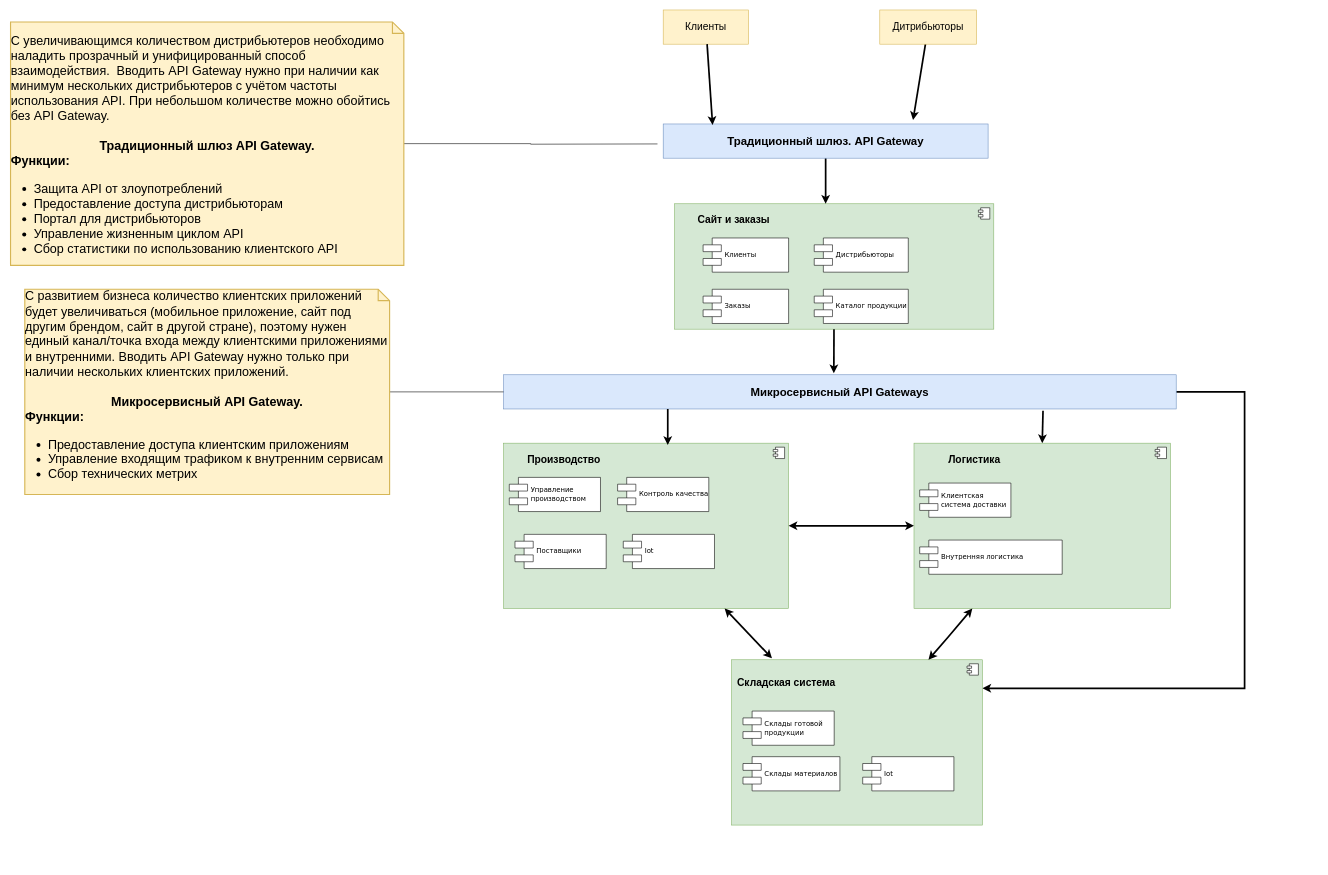
Above: API Gateways.drawio in getitsoIved/examplesOfArtifacts (draw.io), before the change. Source tidied: cells renumbered, new cells numbered last; positions are measured from the earlier drawing's top-left corner, leaving out a move shared by most shapes. Both pictures are drawn from the tidied source at 57%, with x=0, y=0 at pixel (10, 10).
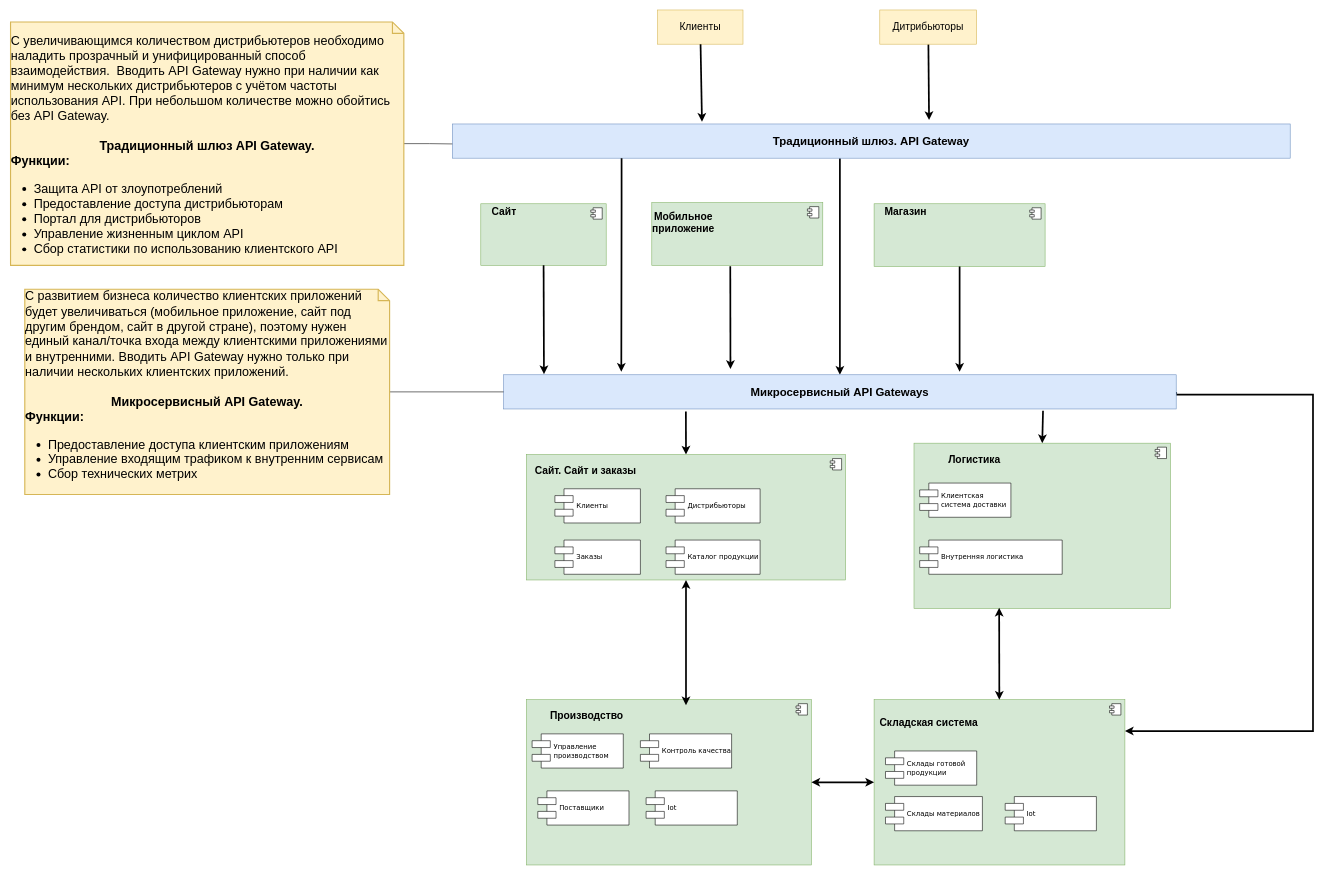
Above is the later version.

The change refers to these unchanged cells:
```xml
<mxCell id="12" value="&lt;font style=&quot;font-size: 18px;&quot;&gt;Дитрибьюторы&lt;/font&gt;" style="rounded=0;whiteSpace=wrap;html=1;fillColor=#fff2cc;strokeColor=#d6b656;" parent="1" vertex="1">
  <mxGeometry x="1525" width="170" height="60" as="geometry" />
</mxCell>
<mxCell id="17" value="&lt;font style=&quot;font-size: 20px;&quot;&gt;&lt;b&gt;Микросервисный API Gateways&lt;/b&gt;&lt;/font&gt;" style="rounded=0;whiteSpace=wrap;html=1;fillColor=#dae8fc;strokeColor=#6c8ebf;" parent="1" vertex="1">
  <mxGeometry x="865" y="640" width="1180" height="60" as="geometry" />
</mxCell>
<mxCell id="19" style="html=1;whiteSpace=wrap;fillColor=#d5e8d4;strokeColor=#82b366;align=left;" parent="18" vertex="1">
  <mxGeometry width="500" height="290" as="geometry" />
</mxCell>
<mxCell id="27" value="&lt;div style=&quot;font-size: 14px;&quot;&gt;&lt;div style=&quot;border-color: var(--border-color);&quot;&gt;&lt;div style=&quot;border-color: var(--border-color);&quot;&gt;&lt;br&gt;&lt;/div&gt;&lt;/div&gt;&lt;/div&gt;" style="html=1;whiteSpace=wrap;fillColor=#d5e8d4;strokeColor=#82b366;align=left;" parent="26" vertex="1">
  <mxGeometry width="440" height="290" as="geometry" />
</mxCell>
<mxCell id="34" value="&lt;div style=&quot;font-size: 14px;&quot;&gt;&lt;div style=&quot;border-color: var(--border-color);&quot;&gt;&lt;div style=&quot;border-color: var(--border-color);&quot;&gt;&lt;div style=&quot;border-color: var(--border-color);&quot;&gt;&lt;br&gt;&lt;/div&gt;&lt;/div&gt;&lt;/div&gt;&lt;/div&gt;" style="html=1;whiteSpace=wrap;fillColor=#d5e8d4;strokeColor=#82b366;align=left;" parent="33" vertex="1">
  <mxGeometry width="450" height="290" as="geometry" />
</mxCell>
<mxCell id="40" value="&lt;div style=&quot;text-align: left;&quot;&gt;&lt;span style=&quot;font-size: 22px;&quot;&gt;&lt;br&gt;&lt;/span&gt;&lt;/div&gt;&lt;font color=&quot;#000000&quot; style=&quot;font-size: 22px;&quot;&gt;&lt;div style=&quot;text-align: left;&quot;&gt;&lt;span style=&quot;background-color: initial;&quot;&gt;С увеличивающимся количеством дистрибьютеров необходимо наладить прозрачный и унифицированный способ взаимодействия.&amp;nbsp; Вводить API Gateway нужно при наличии как минимум нескольких дистрибьютеров c учётом частоты использования API. При небольшом количестве можно обойтись без API Gateway.&amp;nbsp;&lt;/span&gt;&lt;/div&gt;&lt;b&gt;&lt;br&gt;Традиционный шлюз API Gateway.&lt;/b&gt;&lt;br&gt;&lt;div style=&quot;font-weight: bold; text-align: left;&quot;&gt;&lt;b style=&quot;background-color: initial;&quot;&gt;Функции:&amp;nbsp;&lt;/b&gt;&lt;/div&gt;&lt;div style=&quot;text-align: left;&quot;&gt;&lt;ul style=&quot;&quot;&gt;&lt;li style=&quot;border-color: var(--border-color);&quot;&gt;Защита API от злоупотреблений&amp;nbsp;&lt;/li&gt;&lt;li style=&quot;&quot;&gt;&lt;span style=&quot;background-color: initial;&quot;&gt;Предоставление доступа дистрибьюторам&lt;/span&gt;&lt;/li&gt;&lt;li style=&quot;&quot;&gt;Портал для дистрибьюторов&lt;/li&gt;&lt;li style=&quot;&quot;&gt;Управление жизненным циклом API&lt;/li&gt;&lt;li style=&quot;&quot;&gt;&lt;span style=&quot;background-color: initial;&quot;&gt;Сбор статистики по использованию клиентского API&lt;/span&gt;&lt;/li&gt;&lt;/ul&gt;&lt;/div&gt;&lt;/font&gt;" style="shape=note;strokeWidth=2;fontSize=14;size=20;whiteSpace=wrap;html=1;fillColor=#FFF2CC;strokeColor=#d6b656;" parent="1" vertex="1">
  <mxGeometry y="21" width="690" height="427" as="geometry" />
</mxCell>
```

The edit, as a diff of the source:
```diff
@@
     <mxCell id="2" style="group;" parent="1" vertex="1">
-      <mxGeometry x="1165" y="340" width="560" height="220" as="geometry" />
+      <mxGeometry x="825" y="340" width="220" height="108" as="geometry" />
     </mxCell>
     <mxCell id="3" value="&lt;div style=&quot;font-size: 14px;&quot;&gt;&lt;div style=&quot;border-color: var(--border-color);&quot;&gt;&lt;br&gt;&lt;/div&gt;&lt;/div&gt;" style="html=1;whiteSpace=wrap;fillColor=#d5e8d4;strokeColor=#82b366;align=left;" parent="2" vertex="1">
-      <mxGeometry width="560" height="220" as="geometry" />
+      <mxGeometry width="220" height="108" as="geometry" />
     </mxCell>
@@
-    <mxCell id="5" value="&lt;font style=&quot;font-size: 18px;&quot;&gt;&lt;b&gt;Сайт и заказы&lt;/b&gt;&lt;/font&gt;" style="text;html=1;strokeColor=none;fillColor=none;align=center;verticalAlign=middle;whiteSpace=wrap;rounded=0;" parent="2" vertex="1">
-      <mxGeometry x="7.9" y="9.6" width="192.1" height="38.3" as="geometry" />
+    <mxCell id="5" value="&lt;font style=&quot;font-size: 18px;&quot;&gt;&lt;b&gt;Сайт&lt;/b&gt;&lt;/font&gt;" style="text;html=1;strokeColor=none;fillColor=none;align=center;verticalAlign=middle;whiteSpace=wrap;rounded=0;" parent="2" vertex="1">
+      <mxGeometry x="3.1" y="4.7" width="75.5" height="18.8" as="geometry" />
     </mxCell>
-    <mxCell id="6" value="Клиенты" style="shape=component;align=left;spacingLeft=36;rounded=0;shadow=0;comic=0;labelBackgroundColor=none;strokeWidth=1;fontFamily=Verdana;fontSize=12;html=1;" parent="2" vertex="1">
-      <mxGeometry x="50" y="60" width="150" height="60" as="geometry" />
-    </mxCell>
-    <mxCell id="7" value="Заказы" style="shape=component;align=left;spacingLeft=36;rounded=0;shadow=0;comic=0;labelBackgroundColor=none;strokeWidth=1;fontFamily=Verdana;fontSize=12;html=1;" parent="2" vertex="1">
-      <mxGeometry x="50" y="150" width="150" height="60" as="geometry" />
-    </mxCell>
-    <mxCell id="8" value="Дистрибьюторы" style="shape=component;align=left;spacingLeft=36;rounded=0;shadow=0;comic=0;labelBackgroundColor=none;strokeWidth=1;fontFamily=Verdana;fontSize=12;html=1;" parent="2" vertex="1">
-      <mxGeometry x="245" y="60" width="165" height="60" as="geometry" />
-    </mxCell>
-    <mxCell id="9" value="Каталог продукции" style="shape=component;align=left;spacingLeft=36;rounded=0;shadow=0;comic=0;labelBackgroundColor=none;strokeWidth=1;fontFamily=Verdana;fontSize=12;html=1;" parent="2" vertex="1">
-      <mxGeometry x="245" y="150" width="165" height="60" as="geometry" />
-    </mxCell>
     <mxCell id="10" value="&lt;font style=&quot;font-size: 18px;&quot;&gt;Клиенты&lt;/font&gt;" style="rounded=0;whiteSpace=wrap;html=1;fillColor=#fff2cc;strokeColor=#d6b656;" parent="1" vertex="1">
-      <mxGeometry x="1145" width="150" height="60" as="geometry" />
+      <mxGeometry x="1135" width="150" height="60" as="geometry" />
     </mxCell>
-    <mxCell id="11" style="rounded=0;jettySize=auto;html=1;strokeWidth=3;entryX=0.769;entryY=-0.114;entryDx=0;entryDy=0;entryPerimeter=0;" parent="1" edge="1" source="12" target="14">
+    <mxCell id="11" style="rounded=0;jettySize=auto;html=1;strokeWidth=3;entryX=0.569;entryY=-0.114;entryDx=0;entryDy=0;entryPerimeter=0;" parent="1" edge="1" source="12" target="14">
       <mxGeometry relative="1" as="geometry" />
     </mxCell>
@@
-    <mxCell id="13" style="edgeStyle=orthogonalEdgeStyle;rounded=0;jettySize=auto;html=1;strokeWidth=3;" parent="1" edge="1" source="14">
-      <mxGeometry relative="1" as="geometry">
-        <mxPoint x="1430" y="340" as="targetPoint" />
-      </mxGeometry>
-    </mxCell>
+    <mxCell id="49" style="edgeStyle=orthogonalEdgeStyle;rounded=0;jettySize=auto;html=1;strokeWidth=3;" parent="1" edge="1" source="14" target="17">
+      <mxGeometry relative="1" as="geometry">
+        <Array as="points">
+          <mxPoint x="1455" y="350" />
+          <mxPoint x="1455" y="350" />
+        </Array>
+      </mxGeometry>
+    </mxCell>
     <mxCell id="14" value="&lt;font style=&quot;font-size: 20px;&quot;&gt;&lt;b&gt;Традиционный шлюз. API Gateway&lt;/b&gt;&lt;/font&gt;" style="rounded=0;whiteSpace=wrap;html=1;fillColor=#dae8fc;strokeColor=#6c8ebf;" parent="1" vertex="1">
-      <mxGeometry x="1145" y="200" width="570" height="60" as="geometry" />
+      <mxGeometry x="775" y="200" width="1470" height="60" as="geometry" />
     </mxCell>
@@
-    <mxCell id="16" style="edgeStyle=orthogonalEdgeStyle;rounded=0;jettySize=auto;html=1;strokeWidth=3;" parent="1" edge="1" source="17" target="27">
+    <mxCell id="16" style="edgeStyle=orthogonalEdgeStyle;rounded=0;orthogonalLoop=1;jettySize=auto;html=1;strokeWidth=3;exitX=1;exitY=0.75;exitDx=0;exitDy=0;" parent="1" edge="1">
       <mxGeometry relative="1" as="geometry">
+        <mxPoint x="2045" y="670" as="sourcePoint" />
+        <mxPoint x="1955" y="1265" as="targetPoint" />
         <Array as="points">
-          <mxPoint x="2165" y="670" />
-          <mxPoint x="2165" y="1190" />
+          <mxPoint x="2045" y="675" />
+          <mxPoint x="2285" y="675" />
+          <mxPoint x="2285" y="1265" />
         </Array>
       </mxGeometry>
     </mxCell>
+    <mxCell id="50" style="rounded=0;jettySize=auto;html=1;exitX=0.271;exitY=1.076;exitDx=0;exitDy=0;exitPerimeter=0;strokeWidth=3;" parent="1" edge="1" source="17">
+      <mxGeometry relative="1" as="geometry">
+        <mxPoint x="1185" y="780" as="targetPoint" />
+      </mxGeometry>
+    </mxCell>
@@
     <mxCell id="18" style="group;" parent="1" vertex="1">
-      <mxGeometry x="865" y="760" width="500" height="290" as="geometry" />
+      <mxGeometry x="905" y="1210" width="500" height="290" as="geometry" />
     </mxCell>
@@
     <mxCell id="26" style="group;" parent="1" vertex="1">
-      <mxGeometry x="1265" y="1140" width="440" height="290" as="geometry" />
+      <mxGeometry x="1515" y="1210" width="440" height="290" as="geometry" />
     </mxCell>
@@
     <mxCell id="39" style="edgeStyle=orthogonalEdgeStyle;rounded=0;jettySize=auto;html=1;endArrow=none;endFill=0;" parent="1" edge="1" source="40">
       <mxGeometry relative="1" as="geometry">
-        <mxPoint x="1135" y="235" as="targetPoint" />
+        <mxPoint x="775" y="235" as="targetPoint" />
+        <Array as="points">
+          <mxPoint x="735" y="235" />
+          <mxPoint x="735" y="235" />
+        </Array>
       </mxGeometry>
     </mxCell>
@@
-    <mxCell id="41" style="rounded=0;jettySize=auto;html=1;entryX=0.161;entryY=-0.009;entryDx=0;entryDy=0;entryPerimeter=0;startArrow=classic;startFill=1;strokeWidth=3;" parent="1" edge="1" source="19" target="27">
-      <mxGeometry relative="1" as="geometry" />
-    </mxCell>
-    <mxCell id="42" style="edgeStyle=orthogonalEdgeStyle;rounded=0;jettySize=auto;html=1;startArrow=classic;startFill=1;strokeWidth=3;" parent="1" edge="1" source="19" target="34">
-      <mxGeometry relative="1" as="geometry" />
-    </mxCell>
-    <mxCell id="43" style="rounded=0;jettySize=auto;html=1;endArrow=classic;endFill=1;startArrow=classic;startFill=1;strokeWidth=3;" parent="1" edge="1" source="27" target="34">
-      <mxGeometry relative="1" as="geometry">
-        <Array as="points">
-          <mxPoint x="1645" y="1100" />
-        </Array>
-      </mxGeometry>
+    <mxCell id="43" style="rounded=0;jettySize=auto;html=1;endArrow=classic;endFill=1;startArrow=classic;startFill=1;strokeWidth=3;entryX=0.332;entryY=0.996;entryDx=0;entryDy=0;entryPerimeter=0;" parent="1" edge="1" source="27" target="34">
+      <mxGeometry relative="1" as="geometry" />
     </mxCell>
@@
-    <mxCell id="46" style="rounded=0;jettySize=auto;html=1;entryX=0.152;entryY=0.029;entryDx=0;entryDy=0;entryPerimeter=0;strokeWidth=3;" parent="1" edge="1" source="10" target="14">
+    <mxCell id="46" style="rounded=0;jettySize=auto;html=1;entryX=0.298;entryY=-0.067;entryDx=0;entryDy=0;entryPerimeter=0;strokeWidth=3;" parent="1" edge="1" source="10" target="14">
       <mxGeometry relative="1" as="geometry" />
     </mxCell>
-    <mxCell id="47" style="rounded=0;jettySize=auto;html=1;entryX=0.491;entryY=-0.043;entryDx=0;entryDy=0;entryPerimeter=0;strokeWidth=3;" parent="1" edge="1" source="3" target="17">
+    <mxCell id="47" style="rounded=0;jettySize=auto;html=1;entryX=0.06;entryY=-0.019;entryDx=0;entryDy=0;entryPerimeter=0;strokeWidth=3;" parent="1" edge="1" source="3" target="17">
       <mxGeometry relative="1" as="geometry" />
     </mxCell>
-    <mxCell id="48" style="edgeStyle=orthogonalEdgeStyle;rounded=0;jettySize=auto;html=1;entryX=0.576;entryY=0.011;entryDx=0;entryDy=0;entryPerimeter=0;strokeWidth=3;" parent="1" edge="1" source="17" target="19">
-      <mxGeometry relative="1" as="geometry">
-        <Array as="points">
-          <mxPoint x="1153" y="710" />
-          <mxPoint x="1153" y="710" />
-        </Array>
-      </mxGeometry>
+    <mxCell id="48" style="edgeStyle=orthogonalEdgeStyle;rounded=0;jettySize=auto;html=1;strokeWidth=3;exitX=1;exitY=0.5;exitDx=0;exitDy=0;startArrow=classic;startFill=1;" parent="1" edge="1" source="19" target="27">
+      <mxGeometry relative="1" as="geometry" />
     </mxCell>
+    <mxCell id="51" style="group;" parent="1" vertex="1">
+      <mxGeometry x="905" y="780" width="560" height="220" as="geometry" />
+    </mxCell>
+    <mxCell id="52" value="&lt;div style=&quot;font-size: 14px;&quot;&gt;&lt;div style=&quot;border-color: var(--border-color);&quot;&gt;&lt;br&gt;&lt;/div&gt;&lt;/div&gt;" style="html=1;whiteSpace=wrap;fillColor=#d5e8d4;strokeColor=#82b366;align=left;" parent="51" vertex="1">
+      <mxGeometry width="560" height="220" as="geometry" />
+    </mxCell>
+    <mxCell id="53" style="shape=module;jettyWidth=8;jettyHeight=4;" parent="52" vertex="1">
+      <mxGeometry x="1" width="20" height="20" relative="1" as="geometry">
+        <mxPoint x="-27" y="7" as="offset" />
+      </mxGeometry>
+    </mxCell>
+    <mxCell id="54" value="&lt;font style=&quot;font-size: 18px;&quot;&gt;&lt;b&gt;Сайт. Сайт и заказы&lt;/b&gt;&lt;/font&gt;" style="text;html=1;strokeColor=none;fillColor=none;align=center;verticalAlign=middle;whiteSpace=wrap;rounded=0;" parent="51" vertex="1">
+      <mxGeometry x="7.9" y="9.6" width="192.1" height="38.3" as="geometry" />
+    </mxCell>
+    <mxCell id="6" value="Клиенты" style="shape=component;align=left;spacingLeft=36;rounded=0;shadow=0;comic=0;labelBackgroundColor=none;strokeWidth=1;fontFamily=Verdana;fontSize=12;html=1;" parent="51" vertex="1">
+      <mxGeometry x="50" y="60" width="150" height="60" as="geometry" />
+    </mxCell>
+    <mxCell id="7" value="Заказы" style="shape=component;align=left;spacingLeft=36;rounded=0;shadow=0;comic=0;labelBackgroundColor=none;strokeWidth=1;fontFamily=Verdana;fontSize=12;html=1;" parent="51" vertex="1">
+      <mxGeometry x="50" y="150" width="150" height="60" as="geometry" />
+    </mxCell>
+    <mxCell id="8" value="Дистрибьюторы" style="shape=component;align=left;spacingLeft=36;rounded=0;shadow=0;comic=0;labelBackgroundColor=none;strokeWidth=1;fontFamily=Verdana;fontSize=12;html=1;" parent="51" vertex="1">
+      <mxGeometry x="245" y="60" width="165" height="60" as="geometry" />
+    </mxCell>
+    <mxCell id="9" value="Каталог продукции" style="shape=component;align=left;spacingLeft=36;rounded=0;shadow=0;comic=0;labelBackgroundColor=none;strokeWidth=1;fontFamily=Verdana;fontSize=12;html=1;" parent="51" vertex="1">
+      <mxGeometry x="245" y="150" width="165" height="60" as="geometry" />
+    </mxCell>
+    <mxCell id="55" style="edgeStyle=orthogonalEdgeStyle;rounded=0;jettySize=auto;html=1;entryX=0.56;entryY=0.034;entryDx=0;entryDy=0;entryPerimeter=0;strokeWidth=3;startArrow=classic;startFill=1;exitX=0.5;exitY=1;exitDx=0;exitDy=0;" parent="1" edge="1" source="52" target="19">
+      <mxGeometry relative="1" as="geometry" />
+    </mxCell>
+    <mxCell id="56" style="group;" parent="1" vertex="1">
+      <mxGeometry x="1125" y="338" width="300" height="110" as="geometry" />
+    </mxCell>
+    <mxCell id="57" value="&lt;div style=&quot;font-size: 14px;&quot;&gt;&lt;div style=&quot;border-color: var(--border-color);&quot;&gt;&lt;br&gt;&lt;/div&gt;&lt;/div&gt;" style="html=1;whiteSpace=wrap;fillColor=#d5e8d4;strokeColor=#82b366;align=left;" parent="56" vertex="1">
+      <mxGeometry width="300" height="110" as="geometry" />
+    </mxCell>
+    <mxCell id="58" style="shape=module;jettyWidth=8;jettyHeight=4;" parent="57" vertex="1">
+      <mxGeometry x="1" width="20" height="20" relative="1" as="geometry">
+        <mxPoint x="-27" y="7" as="offset" />
+      </mxGeometry>
+    </mxCell>
+    <mxCell id="59" value="&lt;font style=&quot;font-size: 18px;&quot;&gt;&lt;b&gt;&amp;nbsp;&lt;br&gt;&lt;br&gt;Мобильное приложение&lt;/b&gt;&lt;/font&gt;" style="text;html=1;strokeColor=none;fillColor=none;align=center;verticalAlign=middle;whiteSpace=wrap;rounded=0;" parent="56" vertex="1">
+      <mxGeometry x="4.2" y="4.8" width="102.9" height="19.1" as="geometry" />
+    </mxCell>
+    <mxCell id="60" style="rounded=0;jettySize=auto;html=1;strokeWidth=3;exitX=0.459;exitY=1.016;exitDx=0;exitDy=0;exitPerimeter=0;" parent="1" edge="1" source="57">
+      <mxGeometry relative="1" as="geometry">
+        <mxPoint x="1263" y="630" as="targetPoint" />
+      </mxGeometry>
+    </mxCell>
+    <mxCell id="61" style="group;" parent="1" vertex="1">
+      <mxGeometry x="1515" y="340" width="300" height="110" as="geometry" />
+    </mxCell>
+    <mxCell id="62" value="&lt;div style=&quot;font-size: 14px;&quot;&gt;&lt;div style=&quot;border-color: var(--border-color);&quot;&gt;&lt;br&gt;&lt;/div&gt;&lt;/div&gt;" style="html=1;whiteSpace=wrap;fillColor=#d5e8d4;strokeColor=#82b366;align=left;" parent="61" vertex="1">
+      <mxGeometry width="300" height="110" as="geometry" />
+    </mxCell>
+    <mxCell id="63" style="shape=module;jettyWidth=8;jettyHeight=4;" parent="62" vertex="1">
+      <mxGeometry x="1" width="20" height="20" relative="1" as="geometry">
+        <mxPoint x="-27" y="7" as="offset" />
+      </mxGeometry>
+    </mxCell>
+    <mxCell id="64" value="&lt;span style=&quot;font-size: 18px;&quot;&gt;&lt;b&gt;Магазин&lt;/b&gt;&lt;/span&gt;" style="text;html=1;strokeColor=none;fillColor=none;align=center;verticalAlign=middle;whiteSpace=wrap;rounded=0;" parent="61" vertex="1">
+      <mxGeometry x="4.2" y="4.8" width="102.9" height="19.1" as="geometry" />
+    </mxCell>
+    <mxCell id="65" style="edgeStyle=orthogonalEdgeStyle;rounded=0;jettySize=auto;html=1;entryX=0.678;entryY=-0.09;entryDx=0;entryDy=0;entryPerimeter=0;strokeWidth=3;" parent="1" edge="1" source="62" target="17">
+      <mxGeometry relative="1" as="geometry" />
+    </mxCell>
+    <mxCell id="66" style="edgeStyle=orthogonalEdgeStyle;rounded=0;jettySize=auto;html=1;entryX=0.175;entryY=-0.09;entryDx=0;entryDy=0;entryPerimeter=0;strokeWidth=3;" parent="1" edge="1" source="14" target="17">
+      <mxGeometry relative="1" as="geometry">
+        <Array as="points">
+          <mxPoint x="1072" y="340" />
+          <mxPoint x="1072" y="340" />
+        </Array>
+      </mxGeometry>
+    </mxCell>
```
